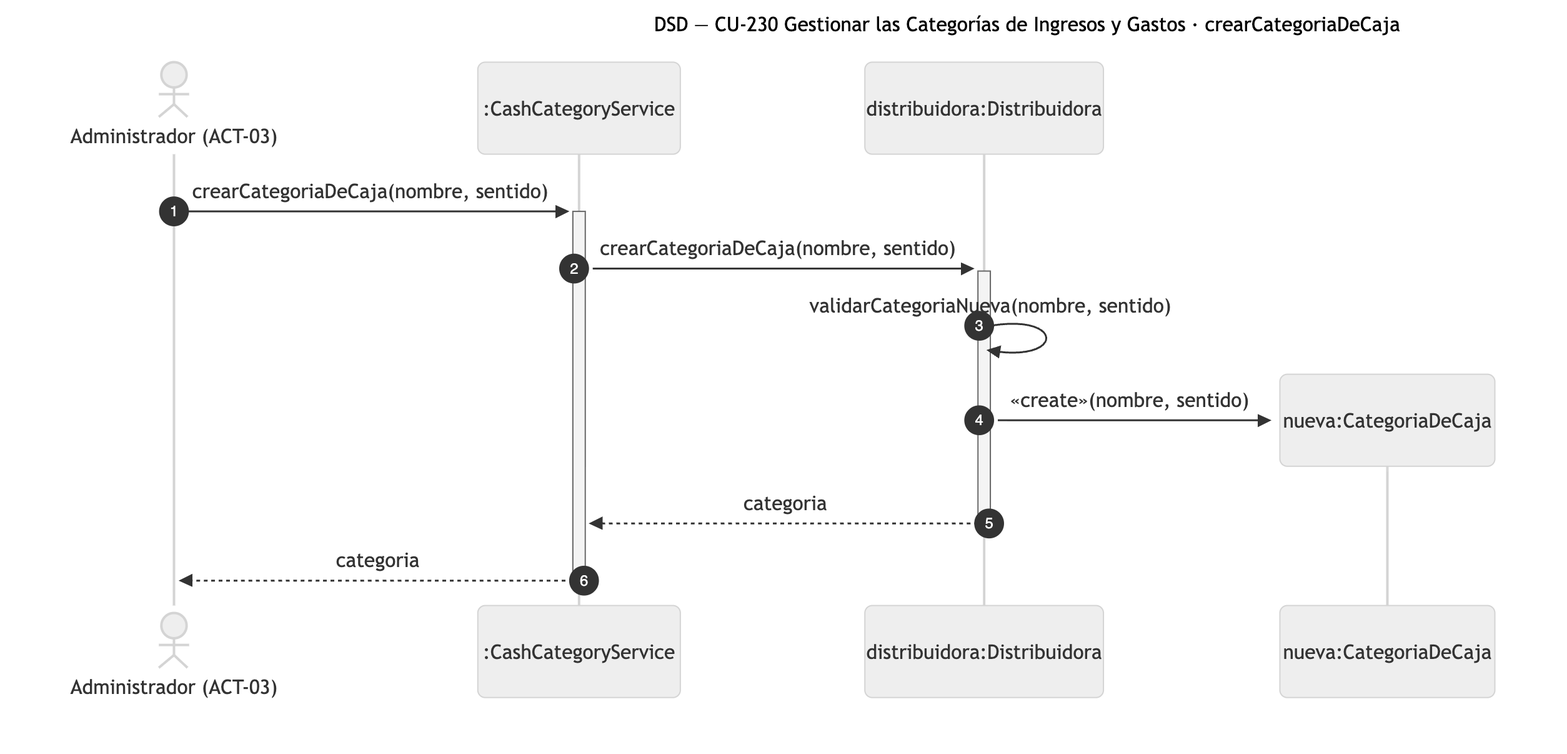
Nahuelito-Dev/splg-docs keeps this Mermaid diagram as diagramas/png/DSD_CU-230_crearCategoriaDeCaja.png. Above is the earlier version. Its source is kept beside it as diagramas/DSD_CU-230_crearCategoriaDeCaja.mmd. Its diagram source:
```mermaid
sequenceDiagram
    title DSD — CU-230 Gestionar las Categorías de Ingresos y Gastos · crearCategoriaDeCaja
    autonumber
    actor ADM as Administrador (ACT-03)
    participant SRV as :CashCategoryService
    participant DIS as distribuidora:Distribuidora

    ADM->>+SRV: crearCategoriaDeCaja(nombre, sentido)
    SRV->>+DIS: crearCategoriaDeCaja(nombre, sentido)
    DIS->>DIS: validarCategoriaNueva(nombre, sentido)
    create participant NCT as nueva:CategoriaDeCaja
    DIS->>NCT: «create»(nombre, sentido)
    DIS-->>-SRV: categoria
    SRV-->>-ADM: categoria
```
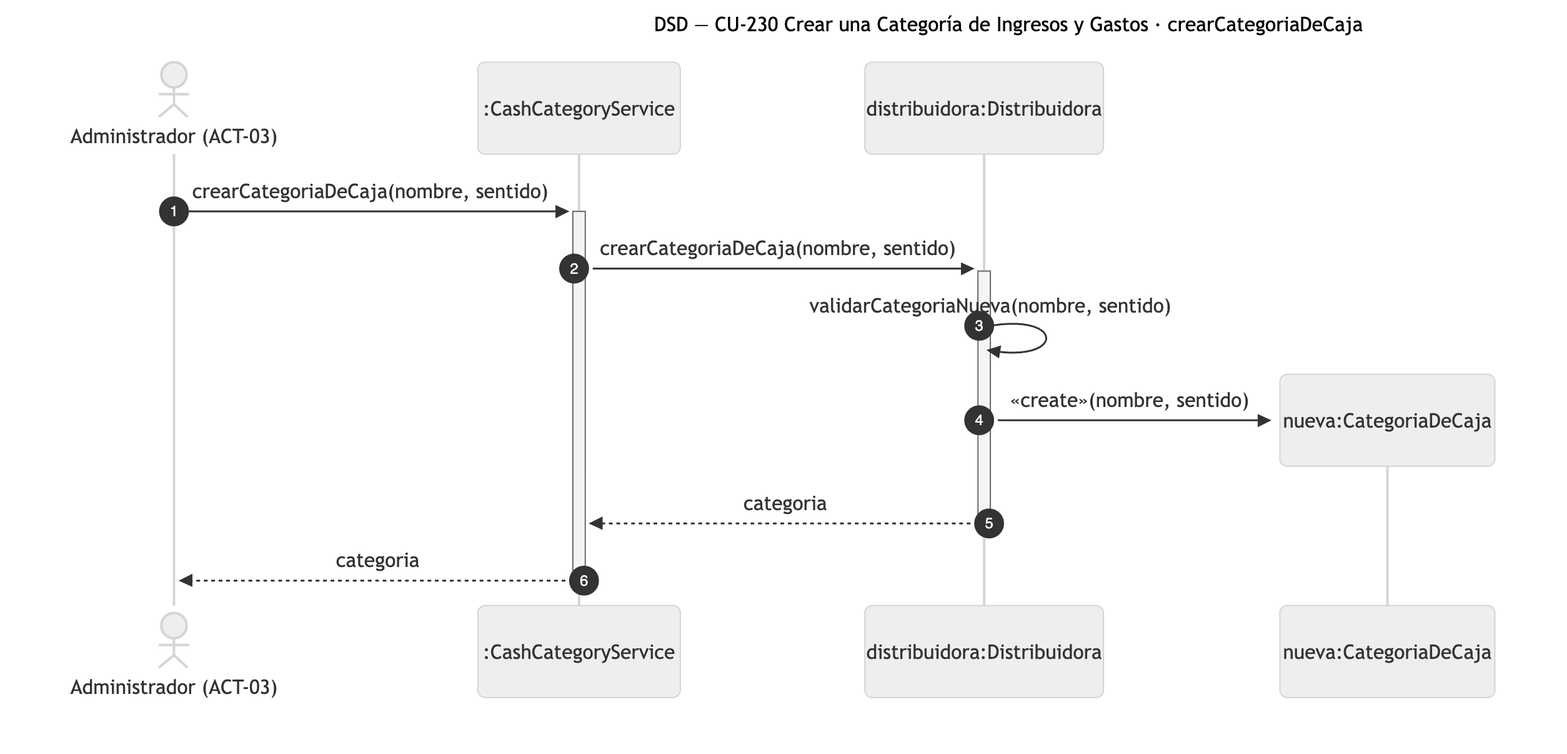
The same file after the commit.

Change to the diagram source:
```diff
@@ -1,5 +1,5 @@
 sequenceDiagram
-    title DSD — CU-230 Gestionar las Categorías de Ingresos y Gastos · crearCategoriaDeCaja
+    title DSD — CU-230 Crear una Categoría de Ingresos y Gastos · crearCategoriaDeCaja
     autonumber
     actor ADM as Administrador (ACT-03)
     participant SRV as :CashCategoryService
```
